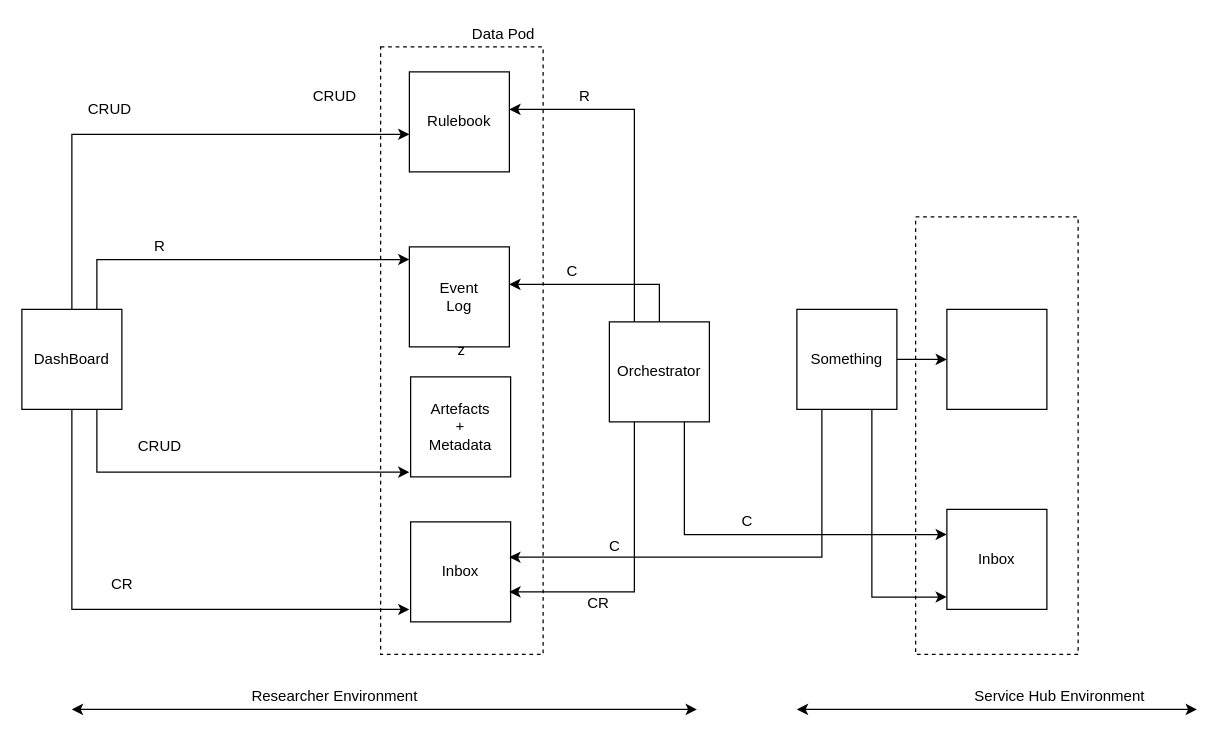
Earlier version of the draw.io diagram diagrams/mellon-crud-app.drawio (MellonScholarlyCommunication/spec-overview). Source tidied: cells renumbered, new cells numbered last; positions are measured from the earlier drawing's top-left corner, leaving out a move shared by most shapes. Both pictures are drawn from the tidied source at 125%, with x=0, y=0 at pixel (21, 21).
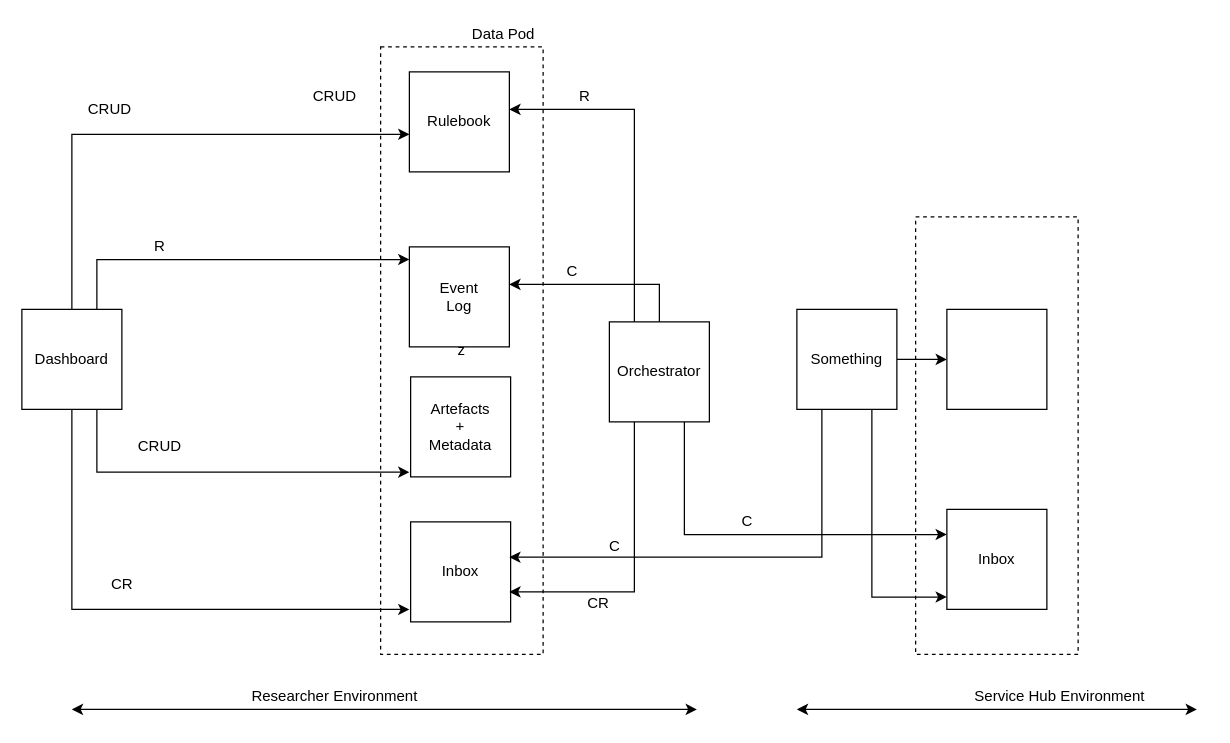
The same diagram, later.

Change to the diagram source:
```diff
@@
-    <mxCell id="7" value="DashBoard" style="whiteSpace=wrap;html=1;" parent="1" vertex="1">
+    <mxCell id="7" value="Dashboard" style="whiteSpace=wrap;html=1;" parent="1" vertex="1">
       <mxGeometry y="230" width="80" height="80" as="geometry" />
     </mxCell>
```
